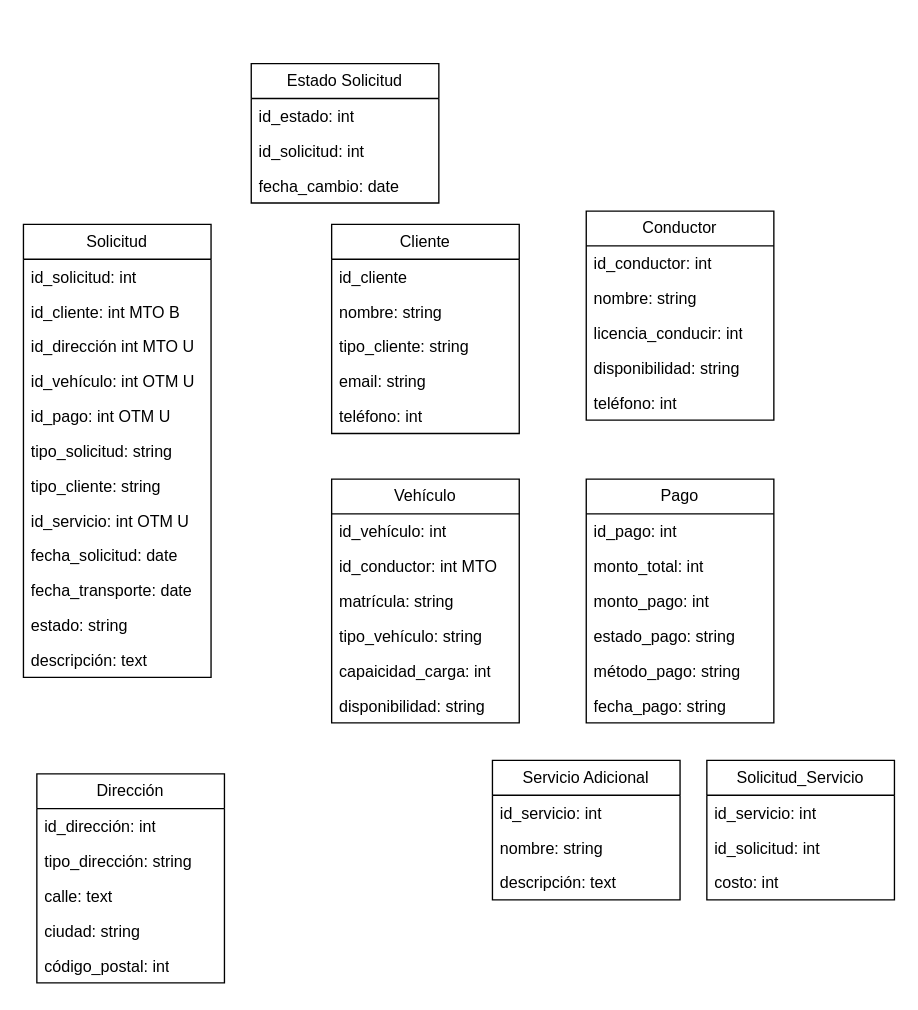
Above: Fletered.drawio in Vedgge/WormSync (draw.io), before the change. Source tidied: cells renumbered, new cells numbered last; positions are measured from the earlier drawing's top-left corner, leaving out a move shared by most shapes. Both pictures are drawn from the tidied source at 134%, with x=0, y=0 at pixel (23, 63).
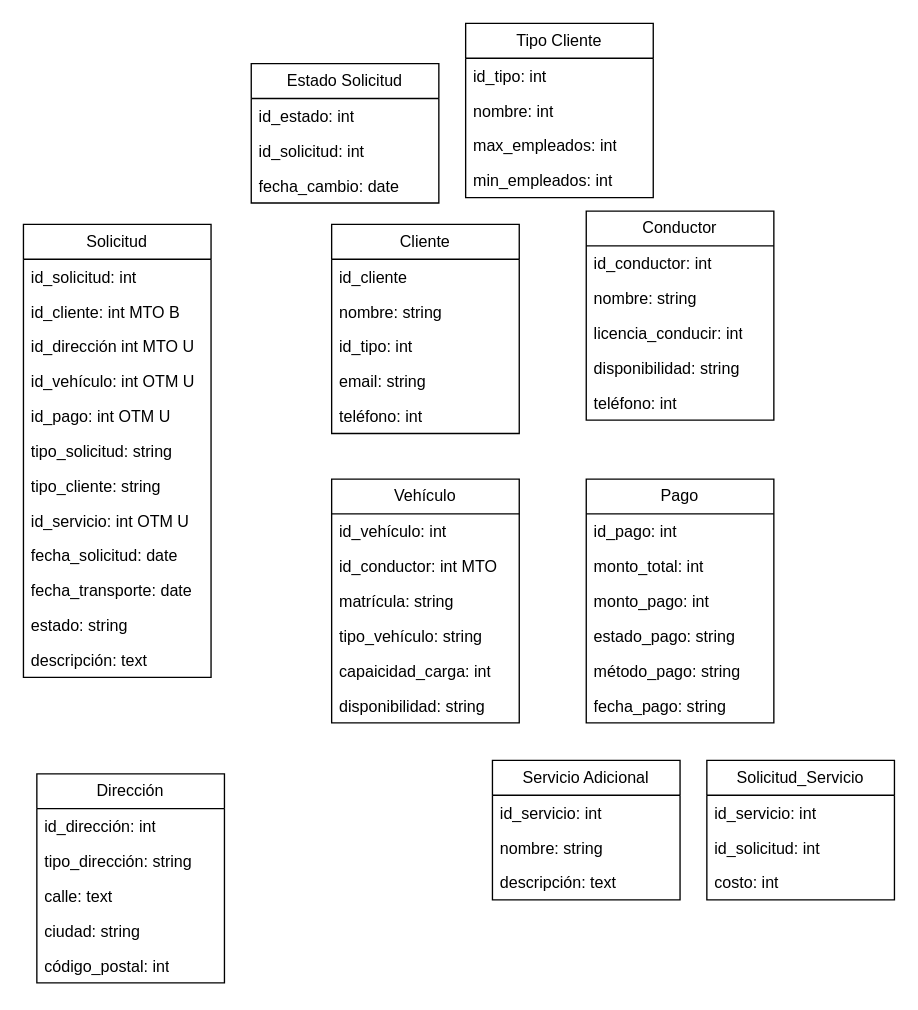
Above is the later version.

The change refers to these unchanged cells:
```xml
<mxCell id="15" value="Cliente" style="swimlane;fontStyle=0;horizontal=1;startSize=26;fillColor=none;whiteSpace=wrap;html=1;" parent="1" vertex="1">
  <mxGeometry x="230" y="120" width="140" height="156" as="geometry" />
</mxCell>
```

Diff of the diagram source:
```diff
@@
-    <mxCell id="18" value="tipo_cliente: string" style="text;strokeColor=none;fillColor=none;align=left;verticalAlign=top;spacingLeft=4;spacingRight=4;overflow=hidden;whiteSpace=wrap;html=1;" parent="15" vertex="1">
+    <mxCell id="18" value="id_tipo: int" style="text;strokeColor=none;fillColor=none;align=left;verticalAlign=top;spacingLeft=4;spacingRight=4;overflow=hidden;whiteSpace=wrap;html=1;" parent="15" vertex="1">
       <mxGeometry y="78" width="140" height="26" as="geometry" />
     </mxCell>
@@
+    <mxCell id="59" value="Tipo Cliente" style="swimlane;fontStyle=0;horizontal=1;startSize=26;fillColor=none;whiteSpace=wrap;html=1;" parent="1" vertex="1">
+      <mxGeometry x="330" y="-30" width="140" height="130" as="geometry" />
+    </mxCell>
+    <mxCell id="60" value="id_tipo: int" style="text;strokeColor=none;fillColor=none;align=left;verticalAlign=top;spacingLeft=4;spacingRight=4;overflow=hidden;whiteSpace=wrap;html=1;" parent="59" vertex="1">
+      <mxGeometry y="26" width="140" height="26" as="geometry" />
+    </mxCell>
+    <mxCell id="61" value="nombre: int" style="text;strokeColor=none;fillColor=none;align=left;verticalAlign=top;spacingLeft=4;spacingRight=4;overflow=hidden;whiteSpace=wrap;html=1;" parent="59" vertex="1">
+      <mxGeometry y="52" width="140" height="26" as="geometry" />
+    </mxCell>
+    <mxCell id="62" value="max_empleados: int" style="text;strokeColor=none;fillColor=none;align=left;verticalAlign=top;spacingLeft=4;spacingRight=4;overflow=hidden;whiteSpace=wrap;html=1;" parent="59" vertex="1">
+      <mxGeometry y="78" width="140" height="26" as="geometry" />
+    </mxCell>
+    <mxCell id="63" value="min_empleados: int" style="text;strokeColor=none;fillColor=none;align=left;verticalAlign=top;spacingLeft=4;spacingRight=4;overflow=hidden;whiteSpace=wrap;html=1;" parent="59" vertex="1">
+      <mxGeometry y="104" width="140" height="26" as="geometry" />
+    </mxCell>
```
